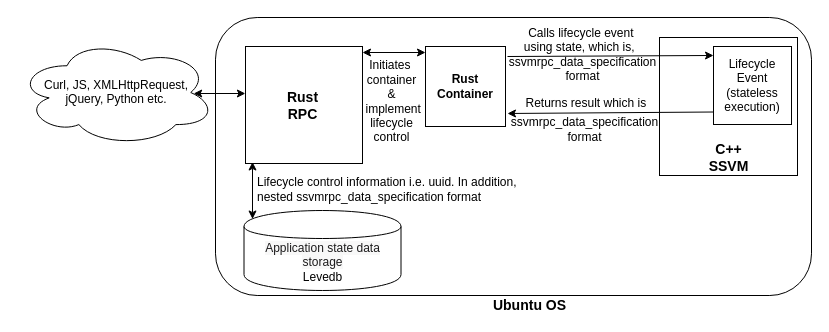
second-state/SSVMRPC keeps this draw.io diagram as architecture_xml.drawio. Above is the earlier version. Source tidied: cells renumbered, new cells numbered last; positions are measured from the earlier drawing's top-left corner, leaving out a move shared by most shapes. Both pictures are drawn from the tidied source at 100%, with x=0, y=0 at pixel (17, 17).
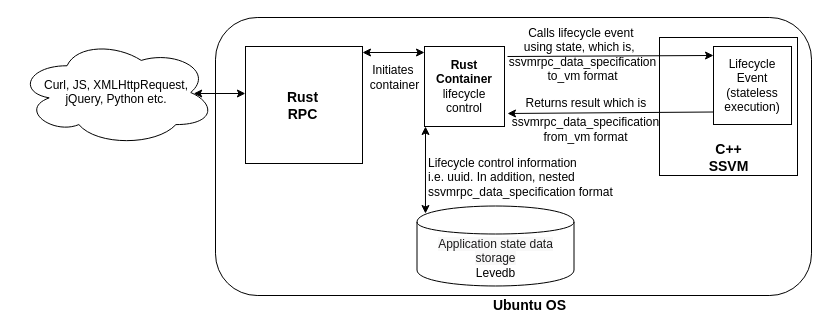
After the change.

Commit message:
Redesign for container to handle storage

Diff of the diagram source:
```diff
@@
-    <mxCell id="5" value="&lt;b&gt;Rust&lt;br&gt;Container&lt;/b&gt;" style="whiteSpace=wrap;html=1;" parent="1" vertex="1">
-      <mxGeometry x="408" y="29" width="80" height="80" as="geometry" />
+    <mxCell id="5" value="&lt;b&gt;Rust&lt;br&gt;Container&lt;br&gt;&lt;/b&gt;&lt;span style=&quot;white-space: nowrap&quot;&gt;lifecycle&lt;/span&gt;&lt;br style=&quot;white-space: nowrap&quot;&gt;&lt;span style=&quot;white-space: nowrap&quot;&gt;control&lt;/span&gt;&lt;b&gt;&lt;br&gt;&lt;/b&gt;" style="whiteSpace=wrap;html=1;" parent="1" vertex="1">
+      <mxGeometry x="407" y="29" width="80" height="80" as="geometry" />
     </mxCell>
@@
     <mxCell id="8" value="&lt;span style=&quot;color: rgb(29 , 28 , 29) ; text-align: left ; background-color: rgb(248 , 248 , 248)&quot;&gt;Application state data storage&lt;br&gt;&lt;/span&gt;Levedb" style="shape=cylinder;whiteSpace=wrap;html=1;boundedLbl=1;backgroundOutline=1;" parent="1" vertex="1">
-      <mxGeometry x="226.5" y="193" width="157" height="80" as="geometry" />
+      <mxGeometry x="399.5" y="188.5" width="157" height="80" as="geometry" />
     </mxCell>
-    <mxCell id="9" value="Lifecycle control information i.e. uuid. In addition, &lt;br&gt;nested ssvmrpc_data_specification format" style="text;html=1;align=left;verticalAlign=middle;" parent="1" vertex="1">
-      <mxGeometry x="238" y="157" width="270" height="30" as="geometry" />
+    <mxCell id="9" value="Lifecycle control information &lt;br&gt;i.e. uuid. In addition, nested &lt;br&gt;ssvmrpc_data_specification format" style="text;html=1;align=left;verticalAlign=middle;" parent="1" vertex="1">
+      <mxGeometry x="409" y="137" width="195" height="46" as="geometry" />
     </mxCell>
-    <mxCell id="10" style="endArrow=classic;startArrow=classic;html=1;exitX=0.5;exitY=0;exitDx=0;exitDy=0;" parent="1" edge="1">
+    <mxCell id="10" style="endArrow=classic;startArrow=classic;html=1;exitX=0.054;exitY=0.094;exitDx=0;exitDy=0;exitPerimeter=0;entryX=0.063;entryY=0.988;entryDx=0;entryDy=0;entryPerimeter=0;" parent="1" edge="1" source="8">
       <mxGeometry relative="1" as="geometry">
-        <mxPoint x="235" y="201.5" as="sourcePoint" />
-        <mxPoint x="235" y="144.5" as="targetPoint" />
+        <mxPoint x="408" y="109" as="targetPoint" />
       </mxGeometry>
     </mxCell>
@@
-    <mxCell id="14" value="Calls lifecycle event&amp;nbsp;&lt;br&gt;using state, which is,&amp;nbsp;&amp;nbsp;&lt;br&gt;ssvmrpc_data_specification&lt;br&gt;format" style="text;html=1;align=center;verticalAlign=middle;" parent="1" vertex="1">
-      <mxGeometry x="484.5" y="7" width="160" height="60" as="geometry" />
+    <mxCell id="14" value="Calls lifecycle event&amp;nbsp;&lt;br&gt;using state, which is,&amp;nbsp;&amp;nbsp;&lt;br&gt;ssvmrpc_data_specification&lt;br&gt;to_vm format" style="text;html=1;align=center;verticalAlign=middle;" parent="1" vertex="1">
+      <mxGeometry x="486.5" y="7" width="157" height="60" as="geometry" />
     </mxCell>
@@
-    <mxCell id="18" value="ssvmrpc_data_specification&lt;br&gt;format" style="text;html=1;align=center;verticalAlign=middle;" parent="1" vertex="1">
-      <mxGeometry x="487" y="97" width="160" height="30" as="geometry" />
+    <mxCell id="18" value="ssvmrpc_data_specification&lt;br&gt;from_vm format" style="text;html=1;align=center;verticalAlign=middle;" parent="1" vertex="1">
+      <mxGeometry x="489" y="96" width="157" height="32" as="geometry" />
     </mxCell>
@@
-    <mxCell id="21" value="Initiates&amp;nbsp;&lt;br&gt;container&lt;br&gt;&amp;amp;&lt;br&gt;&amp;nbsp;implement&lt;br&gt;lifecycle&lt;br&gt;control" style="text;html=1;align=center;verticalAlign=middle;" parent="1" vertex="1">
-      <mxGeometry x="339" y="38.5" width="70" height="90" as="geometry" />
+    <mxCell id="21" value="Initiates&amp;nbsp;&lt;br&gt;container&lt;br&gt;" style="text;html=1;align=center;verticalAlign=middle;" parent="1" vertex="1">
+      <mxGeometry x="347" y="44" width="59" height="32" as="geometry" />
     </mxCell>
```
